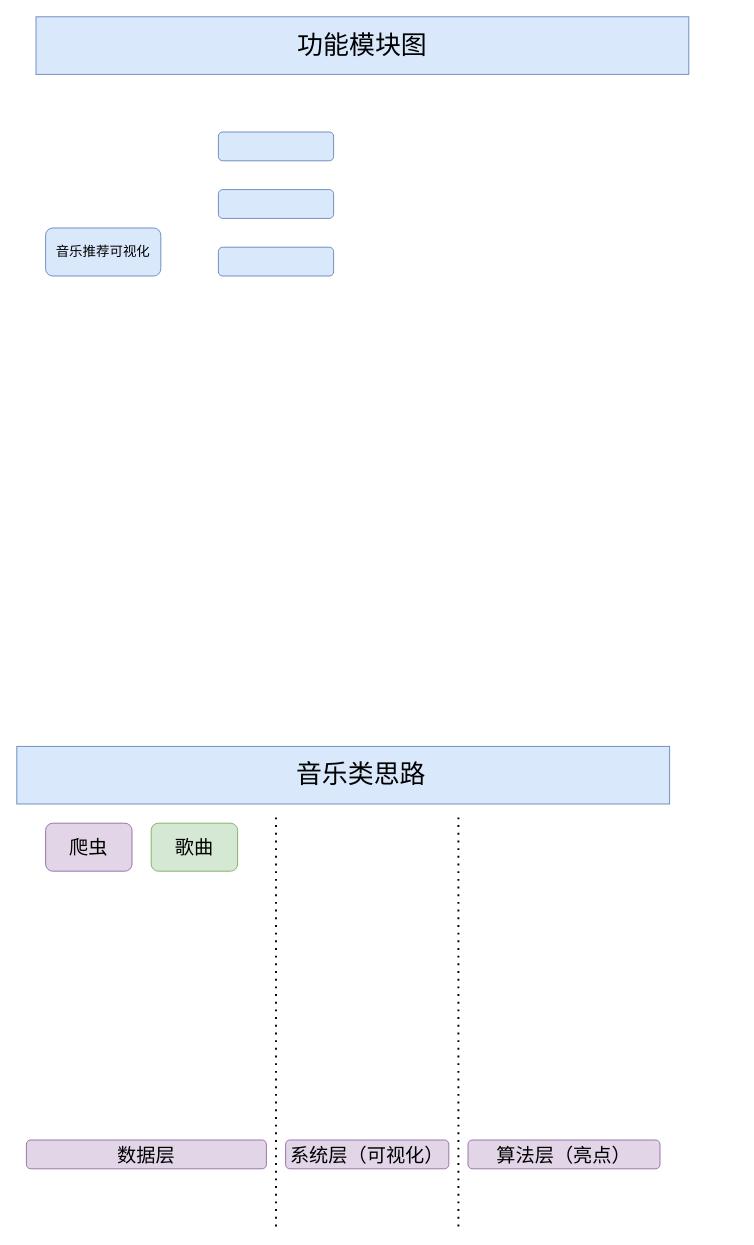
Earlier version of the draw.io diagram FLASK/27Music.drawio (redcomet88/DRAW). Source tidied: cells renumbered, new cells numbered last; positions are measured from the earlier drawing's top-left corner, leaving out a move shared by most shapes. Both pictures are drawn from the tidied source at 96%, with x=0, y=0 at pixel (16, 16).
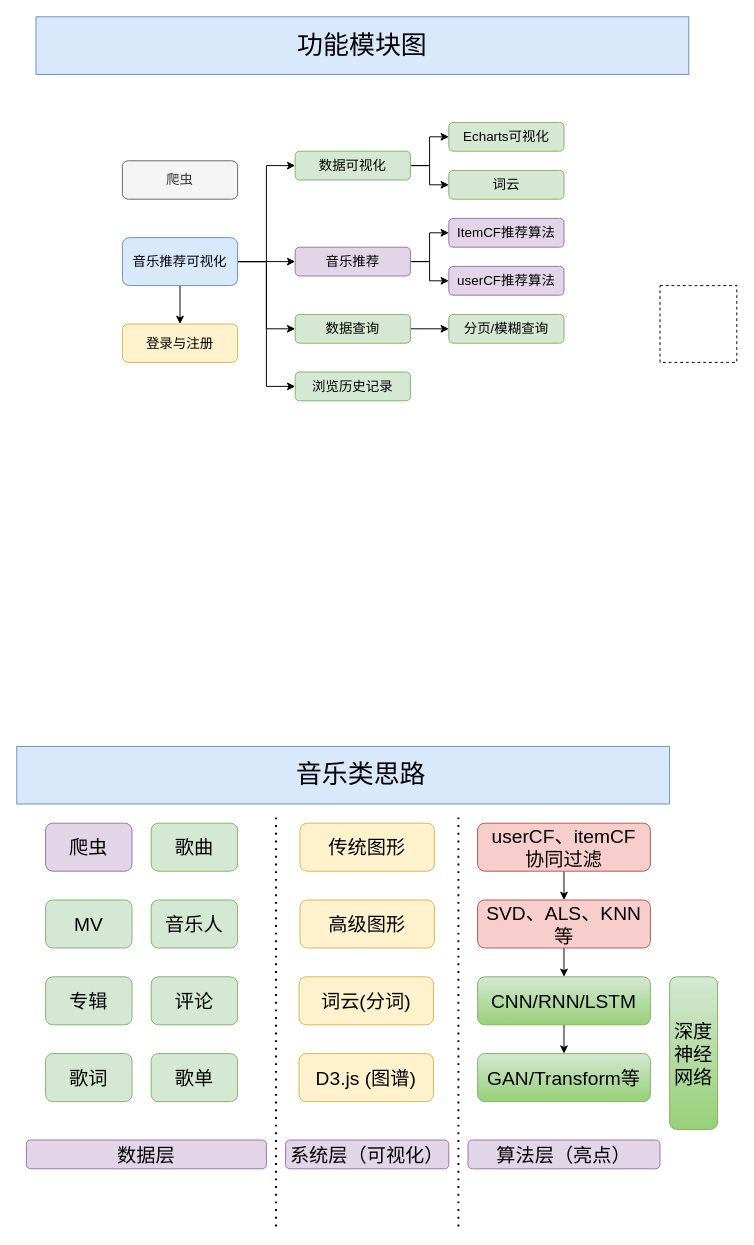
The same diagram, later.

What changed in the source:
```diff
@@
+    <mxCell id="15" style="rounded=0;whiteSpace=wrap;html=1;dashed=1;" parent="1" vertex="1">
+      <mxGeometry x="670" y="280" width="80" height="80" as="geometry" />
+    </mxCell>
@@
+    <mxCell id="16" style="edgeStyle=orthogonalEdgeStyle;rounded=0;jettySize=auto;html=1;" parent="1" edge="1" source="11" target="27">
+      <mxGeometry relative="1" as="geometry" />
+    </mxCell>
+    <mxCell id="17" style="edgeStyle=orthogonalEdgeStyle;rounded=0;jettySize=auto;html=1;exitX=1;exitY=0.5;exitDx=0;exitDy=0;entryX=0;entryY=0.5;entryDx=0;entryDy=0;" parent="1" edge="1" source="11" target="12">
+      <mxGeometry relative="1" as="geometry" />
+    </mxCell>
+    <mxCell id="18" style="edgeStyle=orthogonalEdgeStyle;rounded=0;jettySize=auto;html=1;exitX=1;exitY=0.5;exitDx=0;exitDy=0;entryX=0;entryY=0.5;entryDx=0;entryDy=0;" parent="1" edge="1" source="11" target="13">
+      <mxGeometry relative="1" as="geometry" />
+    </mxCell>
+    <mxCell id="19" style="edgeStyle=orthogonalEdgeStyle;rounded=0;jettySize=auto;html=1;exitX=1;exitY=0.5;exitDx=0;exitDy=0;entryX=0;entryY=0.5;entryDx=0;entryDy=0;" parent="1" edge="1" source="11" target="14">
+      <mxGeometry relative="1" as="geometry" />
+    </mxCell>
+    <mxCell id="20" style="edgeStyle=orthogonalEdgeStyle;rounded=0;jettySize=auto;html=1;exitX=1;exitY=0.5;exitDx=0;exitDy=0;entryX=0;entryY=0.5;entryDx=0;entryDy=0;" parent="1" edge="1" source="11" target="26">
+      <mxGeometry relative="1" as="geometry" />
+    </mxCell>
     <mxCell id="11" value="音乐推荐可视化" style="rounded=1;whiteSpace=wrap;html=1;fontSize=14;fillColor=#dae8fc;strokeColor=#6c8ebf;" parent="1" vertex="1">
-      <mxGeometry x="30" y="220" width="120" height="50" as="geometry" />
+      <mxGeometry x="110" y="230" width="120" height="50" as="geometry" />
     </mxCell>
+    <mxCell id="21" style="edgeStyle=orthogonalEdgeStyle;rounded=0;jettySize=auto;html=1;exitX=1;exitY=0.5;exitDx=0;exitDy=0;entryX=0;entryY=0.5;entryDx=0;entryDy=0;" parent="1" edge="1" source="12" target="28">
+      <mxGeometry relative="1" as="geometry" />
+    </mxCell>
+    <mxCell id="22" style="edgeStyle=orthogonalEdgeStyle;rounded=0;jettySize=auto;html=1;exitX=1;exitY=0.5;exitDx=0;exitDy=0;entryX=0;entryY=0.5;entryDx=0;entryDy=0;" parent="1" edge="1" source="12" target="29">
+      <mxGeometry relative="1" as="geometry" />
+    </mxCell>
-    <mxCell id="12" style="rounded=1;whiteSpace=wrap;html=1;fontSize=14;fillColor=#dae8fc;strokeColor=#6c8ebf;" parent="1" vertex="1">
-      <mxGeometry x="210" y="120" width="120" height="30" as="geometry" />
+    <mxCell id="12" value="数据可视化" style="rounded=1;whiteSpace=wrap;html=1;fontSize=14;fillColor=#d5e8d4;strokeColor=#82b366;" parent="1" vertex="1">
+      <mxGeometry x="290" y="140" width="120" height="30" as="geometry" />
     </mxCell>
+    <mxCell id="23" style="edgeStyle=orthogonalEdgeStyle;rounded=0;jettySize=auto;html=1;exitX=1;exitY=0.5;exitDx=0;exitDy=0;entryX=0;entryY=0.5;entryDx=0;entryDy=0;" parent="1" edge="1" source="13" target="31">
+      <mxGeometry relative="1" as="geometry" />
+    </mxCell>
+    <mxCell id="24" style="edgeStyle=orthogonalEdgeStyle;rounded=0;jettySize=auto;html=1;exitX=1;exitY=0.5;exitDx=0;exitDy=0;entryX=0;entryY=0.5;entryDx=0;entryDy=0;" parent="1" edge="1" source="13" target="51">
+      <mxGeometry relative="1" as="geometry" />
+    </mxCell>
-    <mxCell id="13" style="rounded=1;whiteSpace=wrap;html=1;fontSize=14;fillColor=#dae8fc;strokeColor=#6c8ebf;" parent="1" vertex="1">
-      <mxGeometry x="210" y="180" width="120" height="30" as="geometry" />
+    <mxCell id="13" value="音乐推荐" style="rounded=1;whiteSpace=wrap;html=1;fontSize=14;fillColor=#e1d5e7;strokeColor=#9673a6;" parent="1" vertex="1">
+      <mxGeometry x="290" y="240" width="120" height="30" as="geometry" />
     </mxCell>
+    <mxCell id="25" style="edgeStyle=orthogonalEdgeStyle;rounded=0;jettySize=auto;html=1;exitX=1;exitY=0.5;exitDx=0;exitDy=0;entryX=0;entryY=0.5;entryDx=0;entryDy=0;" parent="1" edge="1" source="14" target="30">
+      <mxGeometry relative="1" as="geometry" />
+    </mxCell>
-    <mxCell id="14" style="rounded=1;whiteSpace=wrap;html=1;fontSize=14;fillColor=#dae8fc;strokeColor=#6c8ebf;" parent="1" vertex="1">
-      <mxGeometry x="210" y="240" width="120" height="30" as="geometry" />
+    <mxCell id="14" value="数据查询" style="rounded=1;whiteSpace=wrap;html=1;fontSize=14;fillColor=#d5e8d4;strokeColor=#82b366;" parent="1" vertex="1">
+      <mxGeometry x="290" y="310" width="120" height="30" as="geometry" />
     </mxCell>
+    <mxCell id="26" value="浏览历史记录" style="rounded=1;whiteSpace=wrap;html=1;fontSize=14;fillColor=#d5e8d4;strokeColor=#82b366;" parent="1" vertex="1">
+      <mxGeometry x="290" y="370" width="120" height="30" as="geometry" />
+    </mxCell>
+    <mxCell id="27" value="登录与注册" style="rounded=1;whiteSpace=wrap;html=1;fontSize=14;fillColor=#fff2cc;strokeColor=#d6b656;" parent="1" vertex="1">
+      <mxGeometry x="110" y="320" width="120" height="40" as="geometry" />
+    </mxCell>
+    <mxCell id="28" value="Echarts可视化" style="rounded=1;whiteSpace=wrap;html=1;fontSize=14;fillColor=#d5e8d4;strokeColor=#82b366;" parent="1" vertex="1">
+      <mxGeometry x="450" y="110" width="120" height="30" as="geometry" />
+    </mxCell>
+    <mxCell id="29" value="词云" style="rounded=1;whiteSpace=wrap;html=1;fontSize=14;fillColor=#d5e8d4;strokeColor=#82b366;" parent="1" vertex="1">
+      <mxGeometry x="450" y="160" width="120" height="30" as="geometry" />
+    </mxCell>
+    <mxCell id="30" value="分页/模糊查询" style="rounded=1;whiteSpace=wrap;html=1;fontSize=14;fillColor=#d5e8d4;strokeColor=#82b366;" parent="1" vertex="1">
+      <mxGeometry x="450" y="310" width="120" height="30" as="geometry" />
+    </mxCell>
+    <mxCell id="31" value="ItemCF推荐算法" style="rounded=1;whiteSpace=wrap;html=1;fontSize=14;fillColor=#e1d5e7;strokeColor=#9673a6;" parent="1" vertex="1">
+      <mxGeometry x="450" y="210" width="120" height="30" as="geometry" />
+    </mxCell>
+    <mxCell id="32" value="爬虫" style="rounded=1;whiteSpace=wrap;html=1;fontSize=14;fillColor=#f5f5f5;strokeColor=#666666;fontColor=#333333;" parent="1" vertex="1">
+      <mxGeometry x="110" y="150" width="120" height="40" as="geometry" />
+    </mxCell>
+    <mxCell id="33" value="MV" style="rounded=1;whiteSpace=wrap;html=1;fontSize=20;fillColor=#d5e8d4;strokeColor=#82b366;" parent="1" vertex="1">
+      <mxGeometry x="30" y="920" width="90" height="50" as="geometry" />
+    </mxCell>
+    <mxCell id="34" value="音乐人" style="rounded=1;whiteSpace=wrap;html=1;fontSize=20;fillColor=#d5e8d4;strokeColor=#82b366;" parent="1" vertex="1">
+      <mxGeometry x="140" y="920" width="90" height="50" as="geometry" />
+    </mxCell>
+    <mxCell id="35" value="专辑" style="rounded=1;whiteSpace=wrap;html=1;fontSize=20;fillColor=#d5e8d4;strokeColor=#82b366;" parent="1" vertex="1">
+      <mxGeometry x="30" y="1000" width="90" height="50" as="geometry" />
+    </mxCell>
+    <mxCell id="36" value="评论" style="rounded=1;whiteSpace=wrap;html=1;fontSize=20;fillColor=#d5e8d4;strokeColor=#82b366;" parent="1" vertex="1">
+      <mxGeometry x="140" y="1000" width="90" height="50" as="geometry" />
+    </mxCell>
+    <mxCell id="37" value="歌词" style="rounded=1;whiteSpace=wrap;html=1;fontSize=20;fillColor=#d5e8d4;strokeColor=#82b366;" parent="1" vertex="1">
+      <mxGeometry x="30" y="1080" width="90" height="50" as="geometry" />
+    </mxCell>
+    <mxCell id="38" value="歌单" style="rounded=1;whiteSpace=wrap;html=1;fontSize=20;fillColor=#d5e8d4;strokeColor=#82b366;" parent="1" vertex="1">
+      <mxGeometry x="140" y="1080" width="90" height="50" as="geometry" />
+    </mxCell>
+    <mxCell id="39" value="词云(分词)" style="rounded=1;whiteSpace=wrap;html=1;fontSize=20;fillColor=#fff2cc;strokeColor=#d6b656;" parent="1" vertex="1">
+      <mxGeometry x="294" y="1000" width="140" height="50" as="geometry" />
+    </mxCell>
+    <mxCell id="40" value="D3.js (图谱)" style="rounded=1;whiteSpace=wrap;html=1;fontSize=20;fillColor=#fff2cc;strokeColor=#d6b656;" parent="1" vertex="1">
+      <mxGeometry x="294" y="1080" width="140" height="50" as="geometry" />
+    </mxCell>
+    <mxCell id="41" value="高级图形" style="rounded=1;whiteSpace=wrap;html=1;fontSize=20;fillColor=#fff2cc;strokeColor=#d6b656;" parent="1" vertex="1">
+      <mxGeometry x="295" y="920" width="140" height="50" as="geometry" />
+    </mxCell>
+    <mxCell id="42" value="传统图形" style="rounded=1;whiteSpace=wrap;html=1;fontSize=20;fillColor=#fff2cc;strokeColor=#d6b656;" parent="1" vertex="1">
+      <mxGeometry x="295" y="840" width="140" height="50" as="geometry" />
+    </mxCell>
+    <mxCell id="43" style="edgeStyle=orthogonalEdgeStyle;rounded=0;jettySize=auto;html=1;exitX=0.5;exitY=1;exitDx=0;exitDy=0;entryX=0.5;entryY=0;entryDx=0;entryDy=0;" parent="1" edge="1" source="44" target="46">
+      <mxGeometry relative="1" as="geometry" />
+    </mxCell>
+    <mxCell id="44" value="userCF、itemCF&lt;br&gt;协同过滤" style="rounded=1;whiteSpace=wrap;html=1;fontSize=20;fillColor=#f8cecc;strokeColor=#b85450;" parent="1" vertex="1">
+      <mxGeometry x="480" y="840" width="180" height="50" as="geometry" />
+    </mxCell>
+    <mxCell id="45" style="edgeStyle=orthogonalEdgeStyle;rounded=0;jettySize=auto;html=1;exitX=0.5;exitY=1;exitDx=0;exitDy=0;entryX=0.5;entryY=0;entryDx=0;entryDy=0;" parent="1" edge="1" source="46" target="48">
+      <mxGeometry relative="1" as="geometry" />
+    </mxCell>
+    <mxCell id="46" value="SVD、ALS、KNN等" style="rounded=1;whiteSpace=wrap;html=1;fontSize=20;fillColor=#f8cecc;strokeColor=#b85450;" parent="1" vertex="1">
+      <mxGeometry x="480" y="920" width="180" height="50" as="geometry" />
+    </mxCell>
+    <mxCell id="47" style="edgeStyle=orthogonalEdgeStyle;rounded=0;jettySize=auto;html=1;exitX=0.5;exitY=1;exitDx=0;exitDy=0;entryX=0.5;entryY=0;entryDx=0;entryDy=0;" parent="1" edge="1" source="48" target="50">
+      <mxGeometry relative="1" as="geometry" />
+    </mxCell>
+    <mxCell id="48" value="CNN/RNN/LSTM" style="rounded=1;whiteSpace=wrap;html=1;fontSize=20;fillColor=#d5e8d4;strokeColor=#82b366;gradientColor=#97d077;" parent="1" vertex="1">
+      <mxGeometry x="480" y="1000" width="180" height="50" as="geometry" />
+    </mxCell>
+    <mxCell id="49" value="深度神经网络" style="rounded=1;whiteSpace=wrap;html=1;fontSize=20;fillColor=#d5e8d4;gradientColor=#97d077;strokeColor=#82b366;" parent="1" vertex="1">
+      <mxGeometry x="680" y="1000" width="50" height="159" as="geometry" />
+    </mxCell>
+    <mxCell id="50" value="GAN/Transform等" style="rounded=1;whiteSpace=wrap;html=1;fontSize=20;fillColor=#d5e8d4;strokeColor=#82b366;gradientColor=#97d077;" parent="1" vertex="1">
+      <mxGeometry x="480" y="1080" width="180" height="50" as="geometry" />
+    </mxCell>
+    <mxCell id="51" value="userCF推荐算法" style="rounded=1;whiteSpace=wrap;html=1;fontSize=14;fillColor=#e1d5e7;strokeColor=#9673a6;" parent="1" vertex="1">
+      <mxGeometry x="450" y="260" width="120" height="30" as="geometry" />
+    </mxCell>
```
